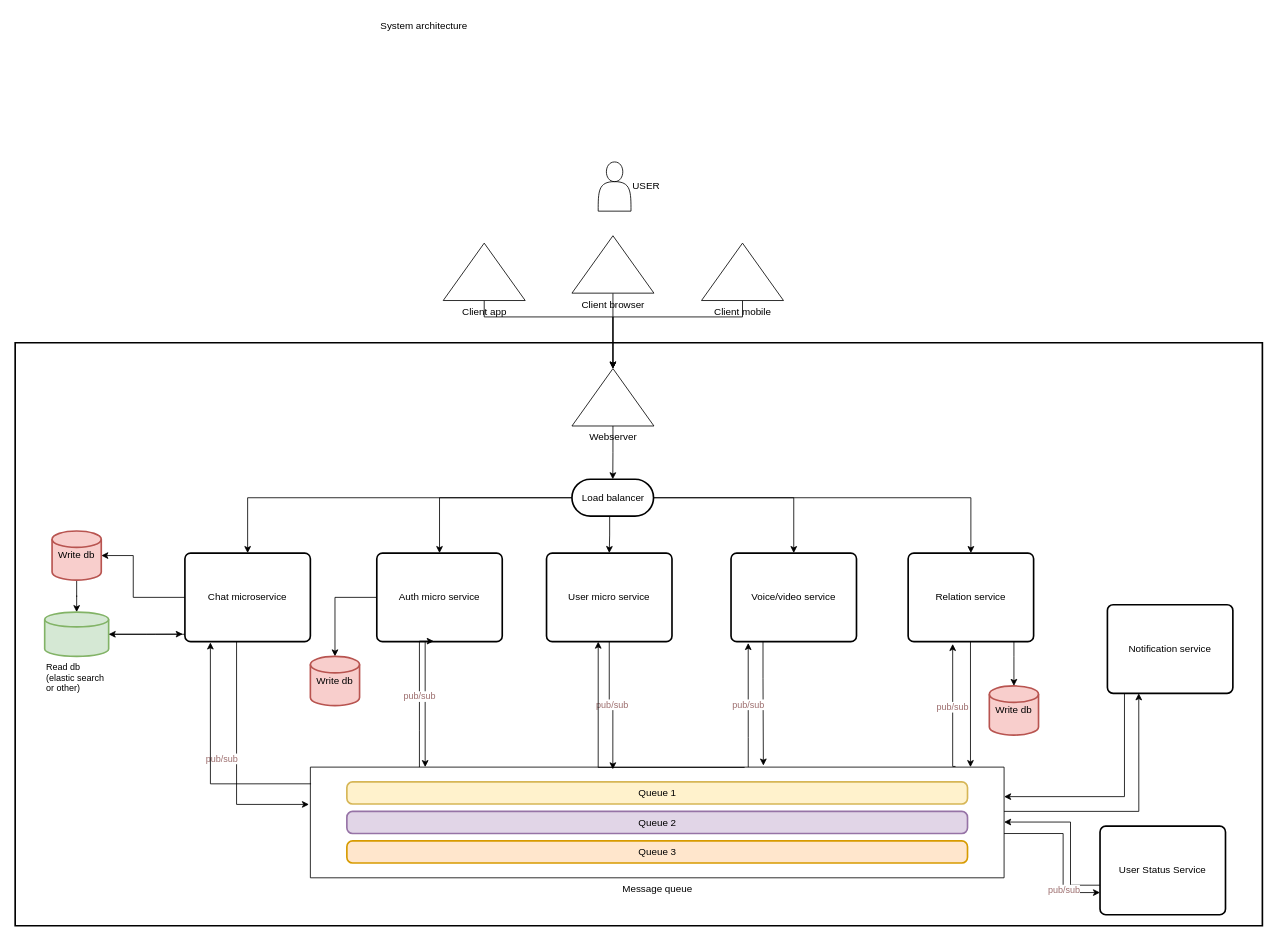
Above: documentation/first-draft.sysarc.drawio in SD-2-semester/DLS-semester-project (draw.io), before the change. Source tidied: cells renumbered, new cells numbered last; positions are measured from the earlier drawing's top-left corner, leaving out a move shared by most shapes. Both pictures are drawn from the tidied source at 82%, with x=0, y=0 at pixel (15, 14).
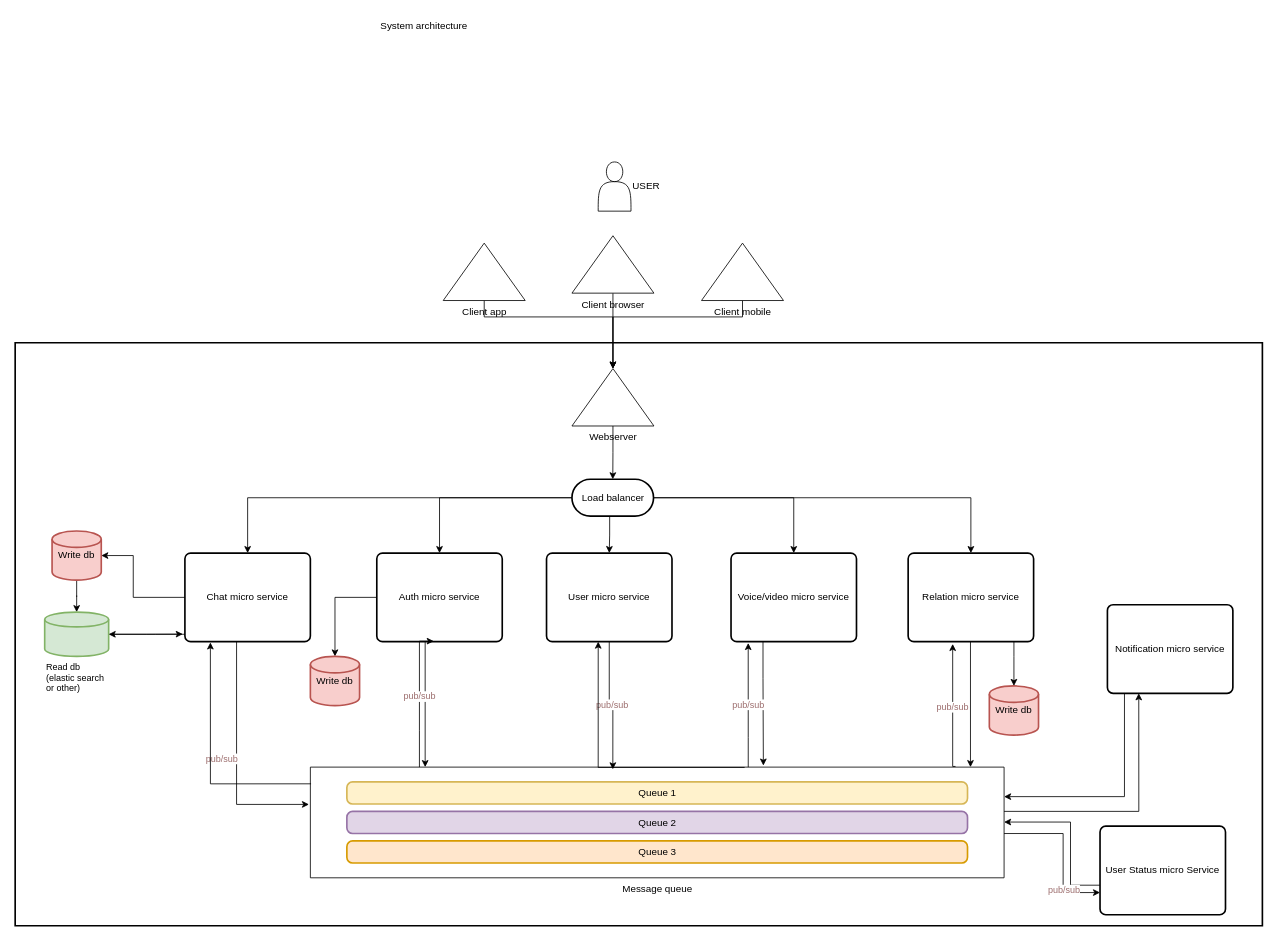
After the change.

What changed in the source:
```diff
@@
-    <mxCell id="22" value="Chat microservice" style="rounded=1;whiteSpace=wrap;html=1;absoluteArcSize=1;arcSize=14;strokeWidth=2;fillColor=none;" parent="1" vertex="1">
+    <mxCell id="22" value="Chat micro service" style="rounded=1;whiteSpace=wrap;html=1;absoluteArcSize=1;arcSize=14;strokeWidth=2;fillColor=none;" parent="1" vertex="1">
       <mxGeometry x="207" y="657" width="153" height="108" as="geometry" />
     </mxCell>
@@
-    <mxCell id="27" value="Voice/video service" style="rounded=1;whiteSpace=wrap;html=1;absoluteArcSize=1;arcSize=14;strokeWidth=2;fillColor=none;" parent="1" vertex="1">
+    <mxCell id="27" value="Voice/video micro service" style="rounded=1;whiteSpace=wrap;html=1;absoluteArcSize=1;arcSize=14;strokeWidth=2;fillColor=none;" parent="1" vertex="1">
       <mxGeometry x="873" y="657" width="153" height="108" as="geometry" />
     </mxCell>
@@
-    <mxCell id="45" value="Relation service" style="rounded=1;whiteSpace=wrap;html=1;absoluteArcSize=1;arcSize=14;strokeWidth=2;fillColor=none;" parent="1" vertex="1">
+    <mxCell id="45" value="Relation micro service" style="rounded=1;whiteSpace=wrap;html=1;absoluteArcSize=1;arcSize=14;strokeWidth=2;fillColor=none;" parent="1" vertex="1">
       <mxGeometry x="1089" y="657" width="153" height="108" as="geometry" />
     </mxCell>
@@
-    <mxCell id="50" value="Notification service" style="rounded=1;whiteSpace=wrap;html=1;absoluteArcSize=1;arcSize=14;strokeWidth=2;fillColor=none;" parent="1" vertex="1">
+    <mxCell id="50" value="Notification micro service" style="rounded=1;whiteSpace=wrap;html=1;absoluteArcSize=1;arcSize=14;strokeWidth=2;fillColor=none;" parent="1" vertex="1">
       <mxGeometry x="1332" y="720" width="153" height="108" as="geometry" />
     </mxCell>
@@
-    <mxCell id="52" value="User Status Service" style="rounded=1;whiteSpace=wrap;html=1;absoluteArcSize=1;arcSize=14;strokeWidth=2;fillColor=none;" parent="1" vertex="1">
+    <mxCell id="52" value="User Status micro Service" style="rounded=1;whiteSpace=wrap;html=1;absoluteArcSize=1;arcSize=14;strokeWidth=2;fillColor=none;" parent="1" vertex="1">
       <mxGeometry x="1323" y="990" width="153" height="108" as="geometry" />
     </mxCell>
```
